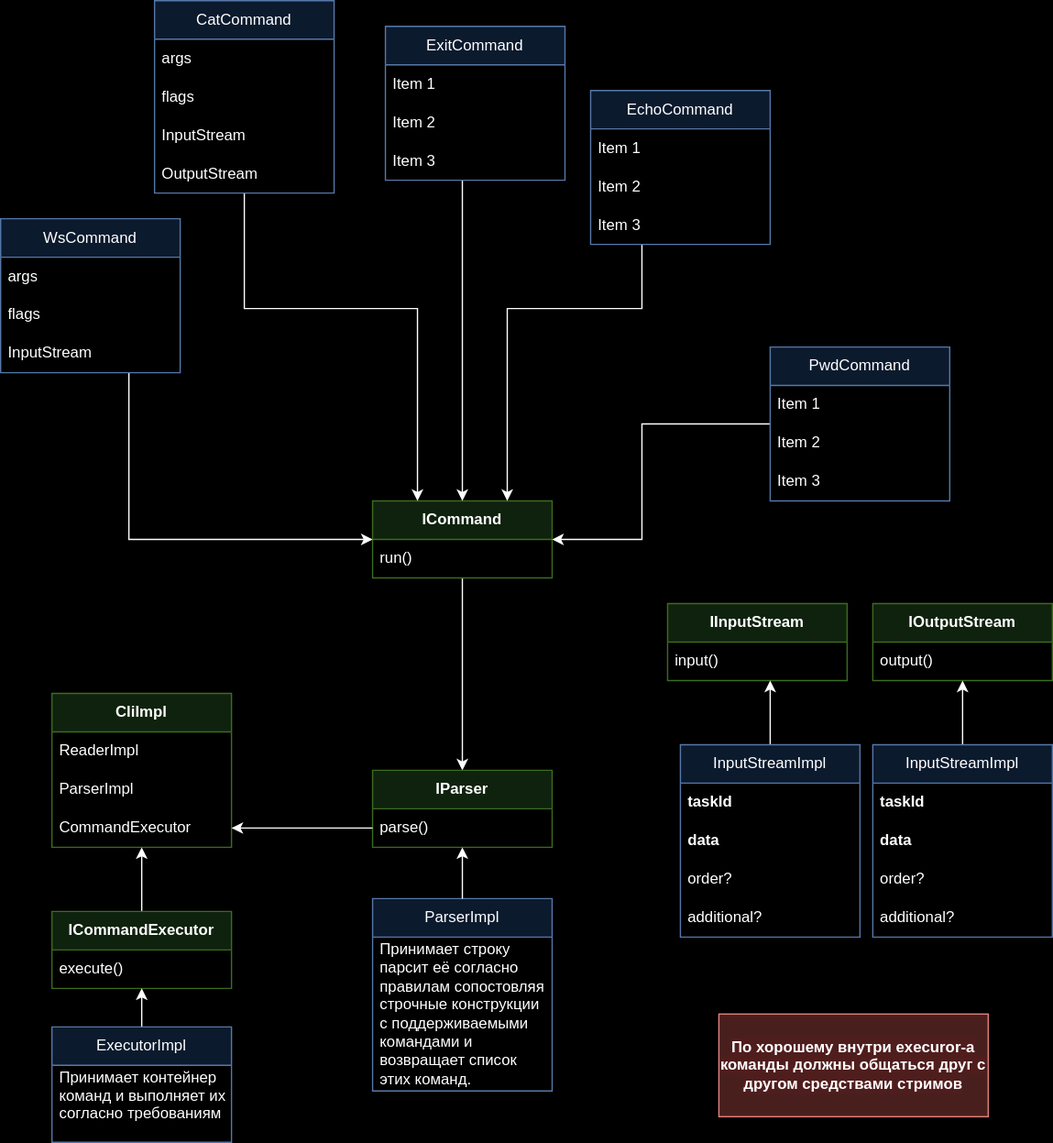
Above: images/architecure.drawio.svg in Rollcorn/software-design-cli (draw.io), before the change. Source tidied: cells renumbered, new cells last; positions are measured from the earlier drawing's top-left corner, leaving out a move shared by most shapes.
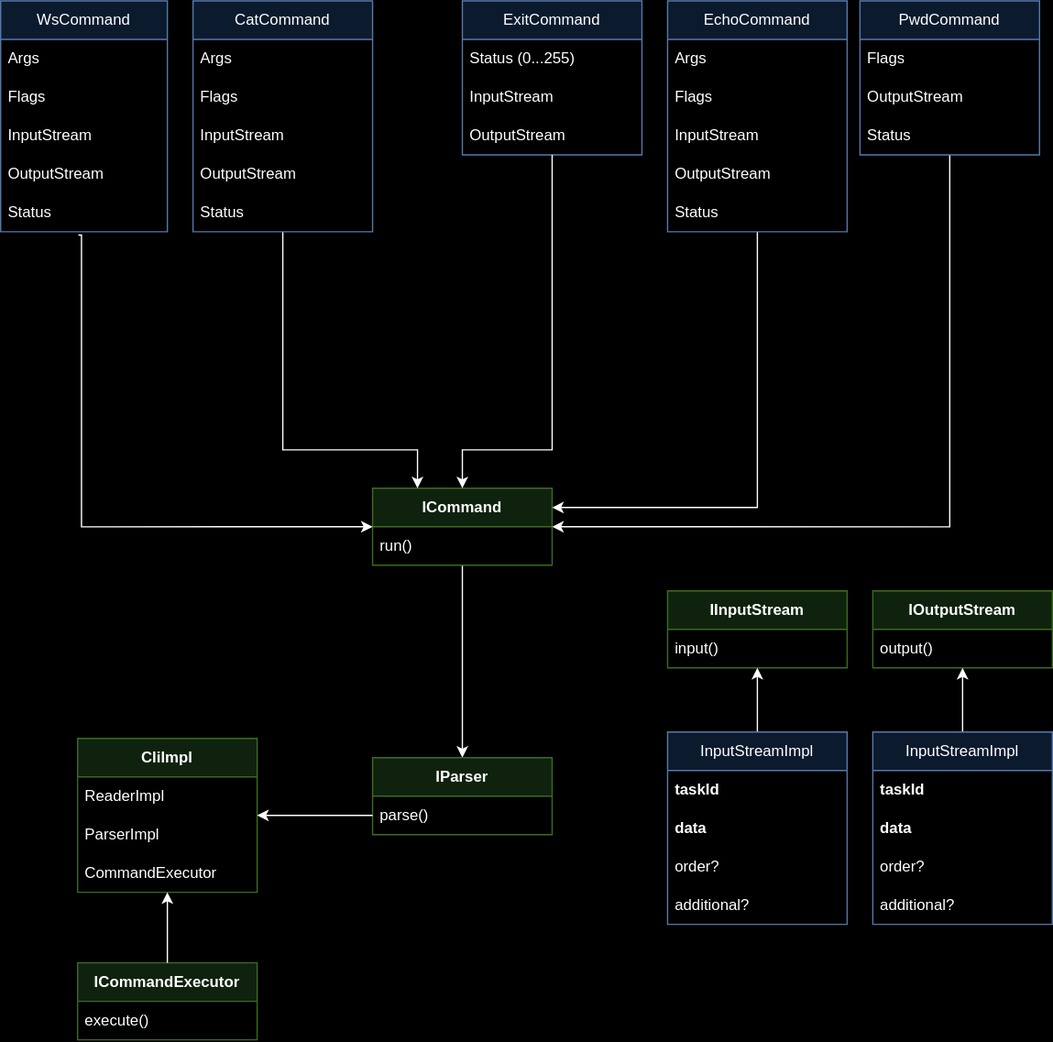
Above is the later version.

Diff of the diagram source:
```diff
@@ -16,4 +16,4 @@
         <Array as="points">
-          <mxPoint x="190" y="240" />
-          <mxPoint x="325" y="240" />
+          <mxPoint x="220" y="360" />
+          <mxPoint x="325" y="360" />
         </Array>
@@ -22,8 +22,8 @@
     <mxCell id="6" value="CatCommand" style="swimlane;fontStyle=0;horizontal=1;startSize=30;whiteSpace=wrap;html=1;swimlaneFillColor=default;fillColor=#dae8fc;strokeColor=#6c8ebf;" parent="1" vertex="1">
-      <mxGeometry x="120" width="140" height="150" as="geometry" />
+      <mxGeometry x="150" y="10" width="140" height="180" as="geometry" />
     </mxCell>
-    <mxCell id="7" value="args&lt;span style=&quot;white-space: pre;&quot;&gt;&#9;&lt;/span&gt;" style="text;strokeColor=none;fillColor=none;align=left;verticalAlign=middle;spacingLeft=4;spacingRight=4;overflow=hidden;whiteSpace=wrap;html=1;" parent="6" vertex="1">
+    <mxCell id="7" value="Args" style="text;strokeColor=none;fillColor=none;align=left;verticalAlign=middle;spacingLeft=4;spacingRight=4;overflow=hidden;whiteSpace=wrap;html=1;" parent="6" vertex="1">
       <mxGeometry y="30" width="140" height="30" as="geometry" />
     </mxCell>
-    <mxCell id="8" value="flags" style="text;strokeColor=none;fillColor=none;align=left;verticalAlign=middle;spacingLeft=4;spacingRight=4;overflow=hidden;whiteSpace=wrap;html=1;" parent="6" vertex="1">
+    <mxCell id="8" value="Flags" style="text;strokeColor=none;fillColor=none;align=left;verticalAlign=middle;spacingLeft=4;spacingRight=4;overflow=hidden;whiteSpace=wrap;html=1;" parent="6" vertex="1">
       <mxGeometry y="60" width="140" height="30" as="geometry" />
@@ -36,7 +36,9 @@
     </mxCell>
+    <mxCell id="64" value="Status" style="text;strokeColor=none;fillColor=none;align=left;verticalAlign=middle;spacingLeft=4;spacingRight=4;overflow=hidden;whiteSpace=wrap;html=1;" parent="6" vertex="1">
+      <mxGeometry y="150" width="140" height="30" as="geometry" />
+    </mxCell>
-    <mxCell id="11" style="edgeStyle=orthogonalEdgeStyle;rounded=0;jettySize=auto;html=1;entryX=0.75;entryY=0;entryDx=0;entryDy=0;" parent="1" edge="1" source="12" target="3">
+    <mxCell id="11" style="edgeStyle=orthogonalEdgeStyle;rounded=0;jettySize=auto;html=1;entryX=1;entryY=0.25;entryDx=0;entryDy=0;" parent="1" edge="1" source="12" target="3">
       <mxGeometry relative="1" as="geometry">
         <Array as="points">
-          <mxPoint x="500" y="240" />
-          <mxPoint x="395" y="240" />
+          <mxPoint x="590" y="405" />
         </Array>
@@ -45,14 +47,20 @@
     <mxCell id="12" value="EchoCommand" style="swimlane;fontStyle=0;horizontal=1;startSize=30;whiteSpace=wrap;html=1;fillColor=#dae8fc;strokeColor=#6c8ebf;" parent="1" vertex="1">
-      <mxGeometry x="460" y="70" width="140" height="120" as="geometry" />
+      <mxGeometry x="520" y="10" width="140" height="180" as="geometry" />
     </mxCell>
-    <mxCell id="13" value="Item 1" style="text;strokeColor=none;fillColor=none;align=left;verticalAlign=middle;spacingLeft=4;spacingRight=4;overflow=hidden;whiteSpace=wrap;html=1;" parent="12" vertex="1">
+    <mxCell id="13" value="Args" style="text;strokeColor=none;fillColor=none;align=left;verticalAlign=middle;spacingLeft=4;spacingRight=4;overflow=hidden;whiteSpace=wrap;html=1;" parent="12" vertex="1">
       <mxGeometry y="30" width="140" height="30" as="geometry" />
     </mxCell>
+    <mxCell id="65" value="Flags" style="text;strokeColor=none;fillColor=none;align=left;verticalAlign=middle;spacingLeft=4;spacingRight=4;overflow=hidden;whiteSpace=wrap;html=1;" parent="12" vertex="1">
+      <mxGeometry y="60" width="140" height="30" as="geometry" />
+    </mxCell>
-    <mxCell id="14" value="Item 2" style="text;strokeColor=none;fillColor=none;align=left;verticalAlign=middle;spacingLeft=4;spacingRight=4;overflow=hidden;whiteSpace=wrap;html=1;" parent="12" vertex="1">
-      <mxGeometry y="60" width="140" height="30" as="geometry" />
+    <mxCell id="14" value="InputStream" style="text;strokeColor=none;fillColor=none;align=left;verticalAlign=middle;spacingLeft=4;spacingRight=4;overflow=hidden;whiteSpace=wrap;html=1;" parent="12" vertex="1">
+      <mxGeometry y="90" width="140" height="30" as="geometry" />
     </mxCell>
-    <mxCell id="15" value="Item 3" style="text;strokeColor=none;fillColor=none;align=left;verticalAlign=middle;spacingLeft=4;spacingRight=4;overflow=hidden;whiteSpace=wrap;html=1;" parent="12" vertex="1">
-      <mxGeometry y="90" width="140" height="30" as="geometry" />
+    <mxCell id="15" value="OutputStream" style="text;strokeColor=none;fillColor=none;align=left;verticalAlign=middle;spacingLeft=4;spacingRight=4;overflow=hidden;whiteSpace=wrap;html=1;" parent="12" vertex="1">
+      <mxGeometry y="120" width="140" height="30" as="geometry" />
     </mxCell>
+    <mxCell id="66" value="Status" style="text;strokeColor=none;fillColor=none;align=left;verticalAlign=middle;spacingLeft=4;spacingRight=4;overflow=hidden;whiteSpace=wrap;html=1;" parent="12" vertex="1">
+      <mxGeometry y="150" width="140" height="30" as="geometry" />
+    </mxCell>
-    <mxCell id="16" style="edgeStyle=orthogonalEdgeStyle;rounded=0;jettySize=auto;html=1;" parent="1" edge="1" source="17">
+    <mxCell id="16" style="edgeStyle=orthogonalEdgeStyle;rounded=0;jettySize=auto;html=1;exitX=0.466;exitY=1.084;exitDx=0;exitDy=0;exitPerimeter=0;" parent="1" edge="1" source="68">
       <mxGeometry relative="1" as="geometry">
@@ -60,4 +68,4 @@
         <Array as="points">
-          <mxPoint x="100" y="420" />
-          <mxPoint x="290" y="420" />
+          <mxPoint x="63" y="193" />
+          <mxPoint x="63" y="420" />
         </Array>
@@ -66,13 +74,19 @@
     <mxCell id="17" value="WsCommand" style="swimlane;fontStyle=0;horizontal=1;startSize=30;whiteSpace=wrap;html=1;fillColor=#dae8fc;strokeColor=#6c8ebf;" parent="1" vertex="1">
-      <mxGeometry y="170" width="140" height="120" as="geometry" />
+      <mxGeometry y="10" width="130" height="180" as="geometry" />
     </mxCell>
-    <mxCell id="18" value="args" style="text;strokeColor=none;fillColor=none;align=left;verticalAlign=middle;spacingLeft=4;spacingRight=4;overflow=hidden;whiteSpace=wrap;html=1;" parent="17" vertex="1">
-      <mxGeometry y="30" width="140" height="30" as="geometry" />
+    <mxCell id="18" value="Args" style="text;strokeColor=none;fillColor=none;align=left;verticalAlign=middle;spacingLeft=4;spacingRight=4;overflow=hidden;whiteSpace=wrap;html=1;" parent="17" vertex="1">
+      <mxGeometry y="30" width="130" height="30" as="geometry" />
     </mxCell>
-    <mxCell id="19" value="flags" style="text;strokeColor=none;fillColor=none;align=left;verticalAlign=middle;spacingLeft=4;spacingRight=4;overflow=hidden;whiteSpace=wrap;html=1;" parent="17" vertex="1">
-      <mxGeometry y="60" width="140" height="30" as="geometry" />
+    <mxCell id="19" value="Flags" style="text;strokeColor=none;fillColor=none;align=left;verticalAlign=middle;spacingLeft=4;spacingRight=4;overflow=hidden;whiteSpace=wrap;html=1;" parent="17" vertex="1">
+      <mxGeometry y="60" width="130" height="30" as="geometry" />
     </mxCell>
     <mxCell id="20" value="InputStream" style="text;strokeColor=none;fillColor=none;align=left;verticalAlign=middle;spacingLeft=4;spacingRight=4;overflow=hidden;whiteSpace=wrap;html=1;" parent="17" vertex="1">
-      <mxGeometry y="90" width="140" height="30" as="geometry" />
+      <mxGeometry y="90" width="130" height="30" as="geometry" />
     </mxCell>
+    <mxCell id="67" value="OutputStream" style="text;strokeColor=none;fillColor=none;align=left;verticalAlign=middle;spacingLeft=4;spacingRight=4;overflow=hidden;whiteSpace=wrap;html=1;" parent="17" vertex="1">
+      <mxGeometry y="120" width="130" height="30" as="geometry" />
+    </mxCell>
+    <mxCell id="68" value="Status" style="text;strokeColor=none;fillColor=none;align=left;verticalAlign=middle;spacingLeft=4;spacingRight=4;overflow=hidden;points=[[0,0.5],[1,0.5]];portConstraint=eastwest;whiteSpace=wrap;html=1;" parent="17" vertex="1">
+      <mxGeometry y="150" width="130" height="30" as="geometry" />
+    </mxCell>
     <mxCell id="21" style="edgeStyle=orthogonalEdgeStyle;rounded=0;jettySize=auto;html=1;entryX=1;entryY=0.5;entryDx=0;entryDy=0;" parent="1" edge="1" source="22" target="3">
@@ -80,4 +94,3 @@
         <Array as="points">
-          <mxPoint x="500" y="330" />
-          <mxPoint x="500" y="420" />
+          <mxPoint x="740" y="420" />
         </Array>
@@ -86,33 +99,13 @@
     <mxCell id="22" value="PwdCommand" style="swimlane;fontStyle=0;horizontal=1;startSize=30;whiteSpace=wrap;html=1;fillColor=#dae8fc;strokeColor=#6c8ebf;" parent="1" vertex="1">
-      <mxGeometry x="600" y="270" width="140" height="120" as="geometry" />
+      <mxGeometry x="670" y="10" width="140" height="120" as="geometry" />
     </mxCell>
-    <mxCell id="23" value="Item 1" style="text;strokeColor=none;fillColor=none;align=left;verticalAlign=middle;spacingLeft=4;spacingRight=4;overflow=hidden;whiteSpace=wrap;html=1;" parent="22" vertex="1">
+    <mxCell id="23" value="Flags" style="text;strokeColor=none;fillColor=none;align=left;verticalAlign=middle;spacingLeft=4;spacingRight=4;overflow=hidden;whiteSpace=wrap;html=1;" parent="22" vertex="1">
       <mxGeometry y="30" width="140" height="30" as="geometry" />
     </mxCell>
-    <mxCell id="24" value="Item 2" style="text;strokeColor=none;fillColor=none;align=left;verticalAlign=middle;spacingLeft=4;spacingRight=4;overflow=hidden;whiteSpace=wrap;html=1;" parent="22" vertex="1">
+    <mxCell id="24" value="OutputStream" style="text;strokeColor=none;fillColor=none;align=left;verticalAlign=middle;spacingLeft=4;spacingRight=4;overflow=hidden;whiteSpace=wrap;html=1;" parent="22" vertex="1">
       <mxGeometry y="60" width="140" height="30" as="geometry" />
     </mxCell>
-    <mxCell id="25" value="Item 3" style="text;strokeColor=none;fillColor=none;align=left;verticalAlign=middle;spacingLeft=4;spacingRight=4;overflow=hidden;whiteSpace=wrap;html=1;" parent="22" vertex="1">
+    <mxCell id="25" value="Status" style="text;strokeColor=none;fillColor=none;align=left;verticalAlign=middle;spacingLeft=4;spacingRight=4;overflow=hidden;whiteSpace=wrap;html=1;" parent="22" vertex="1">
       <mxGeometry y="90" width="140" height="30" as="geometry" />
     </mxCell>
-    <mxCell id="26" style="edgeStyle=orthogonalEdgeStyle;rounded=0;jettySize=auto;html=1;entryX=0.5;entryY=0;entryDx=0;entryDy=0;" parent="1" edge="1" source="27" target="3">
-      <mxGeometry relative="1" as="geometry">
-        <Array as="points">
-          <mxPoint x="350" y="100" />
-          <mxPoint x="360" y="100" />
-        </Array>
-      </mxGeometry>
-    </mxCell>
-    <mxCell id="27" value="ExitCommand" style="swimlane;fontStyle=0;horizontal=1;startSize=30;whiteSpace=wrap;html=1;fillColor=#dae8fc;strokeColor=#6c8ebf;" parent="1" vertex="1">
-      <mxGeometry x="300" y="20" width="140" height="120" as="geometry" />
-    </mxCell>
-    <mxCell id="28" value="Item 1" style="text;strokeColor=none;fillColor=none;align=left;verticalAlign=middle;spacingLeft=4;spacingRight=4;overflow=hidden;whiteSpace=wrap;html=1;" parent="27" vertex="1">
-      <mxGeometry y="30" width="140" height="30" as="geometry" />
-    </mxCell>
-    <mxCell id="29" value="Item 2" style="text;strokeColor=none;fillColor=none;align=left;verticalAlign=middle;spacingLeft=4;spacingRight=4;overflow=hidden;whiteSpace=wrap;html=1;" parent="27" vertex="1">
-      <mxGeometry y="60" width="140" height="30" as="geometry" />
-    </mxCell>
-    <mxCell id="30" value="Item 3" style="text;strokeColor=none;fillColor=none;align=left;verticalAlign=middle;spacingLeft=4;spacingRight=4;overflow=hidden;whiteSpace=wrap;html=1;" parent="27" vertex="1">
-      <mxGeometry y="90" width="140" height="30" as="geometry" />
-    </mxCell>
     <mxCell id="31" value="IParser" style="swimlane;fontStyle=1;horizontal=1;startSize=30;whiteSpace=wrap;html=1;fillColor=#d5e8d4;strokeColor=#82b366;" parent="1" vertex="1">
@@ -124,3 +117,3 @@
     <mxCell id="33" value="CliImpl" style="swimlane;fontStyle=1;horizontal=1;startSize=30;whiteSpace=wrap;html=1;fillColor=#d5e8d4;strokeColor=#82b366;" parent="1" vertex="1">
-      <mxGeometry x="40" y="540" width="140" height="120" as="geometry" />
+      <mxGeometry x="60" y="585" width="140" height="120" as="geometry" />
     </mxCell>
@@ -147,12 +140,4 @@
     </mxCell>
-    <mxCell id="41" style="edgeStyle=orthogonalEdgeStyle;rounded=0;jettySize=auto;html=1;" parent="1" edge="1" source="42" target="36">
-      <mxGeometry relative="1" as="geometry">
-        <Array as="points">
-          <mxPoint x="110" y="660" />
-          <mxPoint x="110" y="660" />
-        </Array>
-      </mxGeometry>
-    </mxCell>
     <mxCell id="42" value="ICommandExecutor" style="swimlane;fontStyle=1;horizontal=1;startSize=30;whiteSpace=wrap;html=1;fillColor=#d5e8d4;strokeColor=#82b366;" parent="1" vertex="1">
-      <mxGeometry x="40" y="710" width="140" height="60" as="geometry" />
+      <mxGeometry x="60" y="760" width="140" height="60" as="geometry" />
     </mxCell>
@@ -161,38 +146,9 @@
     </mxCell>
-    <mxCell id="44" style="edgeStyle=orthogonalEdgeStyle;rounded=0;jettySize=auto;html=1;" parent="1" edge="1" source="32" target="36">
+    <mxCell id="44" style="edgeStyle=orthogonalEdgeStyle;rounded=0;jettySize=auto;html=1;" parent="1" edge="1" source="32" target="33">
       <mxGeometry relative="1" as="geometry" />
     </mxCell>
-    <mxCell id="45" style="edgeStyle=orthogonalEdgeStyle;rounded=0;jettySize=auto;html=1;" parent="1" edge="1" source="46" target="43">
-      <mxGeometry relative="1" as="geometry">
-        <Array as="points">
-          <mxPoint x="110" y="760" />
-          <mxPoint x="110" y="760" />
-        </Array>
-      </mxGeometry>
-    </mxCell>
-    <mxCell id="46" value="ExecutorImpl" style="swimlane;fontStyle=0;horizontal=1;startSize=30;whiteSpace=wrap;html=1;fillColor=#dae8fc;strokeColor=#6c8ebf;" parent="1" vertex="1">
-      <mxGeometry x="40" y="800" width="140" height="90" as="geometry" />
-    </mxCell>
-    <mxCell id="47" value="Принимает контейнер команд и выполняет их согласно требованиям&lt;div&gt;&lt;br/&gt;&lt;/div&gt;" style="text;strokeColor=none;fillColor=none;align=left;verticalAlign=middle;spacingLeft=4;spacingRight=4;overflow=hidden;whiteSpace=wrap;html=1;" parent="46" vertex="1">
-      <mxGeometry y="30" width="140" height="60" as="geometry" />
-    </mxCell>
-    <mxCell id="48" value="ParserImpl" style="swimlane;fontStyle=0;horizontal=1;startSize=30;whiteSpace=wrap;html=1;fillColor=#dae8fc;strokeColor=#6c8ebf;" parent="1" vertex="1">
-      <mxGeometry x="290" y="700" width="140" height="150" as="geometry" />
-    </mxCell>
-    <mxCell id="49" value="Принимает строку парсит её согласно правилам сопостовляя строчные конструкции с поддерживаемыми командами и возвращает список этих команд." style="text;strokeColor=none;fillColor=none;align=left;verticalAlign=middle;spacingLeft=4;spacingRight=4;overflow=hidden;whiteSpace=wrap;html=1;" parent="48" vertex="1">
-      <mxGeometry y="30" width="140" height="120" as="geometry" />
-    </mxCell>
-    <mxCell id="50" style="edgeStyle=orthogonalEdgeStyle;rounded=0;jettySize=auto;html=1;exitX=0.5;exitY=0;exitDx=0;exitDy=0;" parent="1" edge="1" source="48">
-      <mxGeometry relative="1" as="geometry">
-        <mxPoint x="360" y="660" as="targetPoint" />
-        <Array as="points">
-          <mxPoint x="360" y="660" />
-        </Array>
-      </mxGeometry>
-    </mxCell>
-    <mxCell id="51" style="edgeStyle=orthogonalEdgeStyle;rounded=0;jettySize=auto;html=1;" parent="1" edge="1" source="52" target="38">
+    <mxCell id="51" style="edgeStyle=orthogonalEdgeStyle;rounded=0;jettySize=auto;html=1;exitX=0.5;exitY=0;exitDx=0;exitDy=0;" parent="1" edge="1" source="52" target="38">
       <mxGeometry relative="1" as="geometry">
         <Array as="points">
-          <mxPoint x="600" y="530" />
-          <mxPoint x="600" y="530" />
+          <mxPoint x="590" y="580" />
         </Array>
@@ -201,3 +157,3 @@
     <mxCell id="52" value="InputStreamImpl" style="swimlane;fontStyle=0;horizontal=1;startSize=30;whiteSpace=wrap;html=1;fillColor=#dae8fc;strokeColor=#6c8ebf;" parent="1" vertex="1">
-      <mxGeometry x="530" y="580" width="140" height="150" as="geometry" />
+      <mxGeometry x="520" y="580" width="140" height="150" as="geometry" />
     </mxCell>
@@ -215,5 +171,2 @@
     </mxCell>
-    <mxCell id="57" value="&lt;b style=&quot;background-color: rgb(255, 204, 204);&quot;&gt;По хорошему внутри execuror-а команды должны общаться друг с другом средствами стримов&lt;/b&gt;" style="text;html=1;align=center;verticalAlign=middle;whiteSpace=wrap;rounded=0;fillColor=#f8cecc;strokeColor=#b85450;" parent="1" vertex="1">
-      <mxGeometry x="560" y="790" width="210" height="80" as="geometry" />
-    </mxCell>
     <mxCell id="58" style="edgeStyle=orthogonalEdgeStyle;rounded=0;jettySize=auto;html=1;" parent="1" edge="1" source="59" target="40">
@@ -241,2 +194,26 @@
     </mxCell>
+    <mxCell id="27" value="ExitCommand" style="swimlane;fontStyle=0;horizontal=1;startSize=30;whiteSpace=wrap;html=1;fillColor=#dae8fc;strokeColor=#6c8ebf;" parent="1" vertex="1">
+      <mxGeometry x="360" y="10" width="140" height="120" as="geometry" />
+    </mxCell>
+    <mxCell id="69" value="Status (0...255)" style="text;strokeColor=none;fillColor=none;align=left;verticalAlign=middle;spacingLeft=4;spacingRight=4;overflow=hidden;whiteSpace=wrap;html=1;" parent="27" vertex="1">
+      <mxGeometry y="30" width="140" height="30" as="geometry" />
+    </mxCell>
+    <mxCell id="70" value="InputStream" style="text;strokeColor=none;fillColor=none;align=left;verticalAlign=middle;spacingLeft=4;spacingRight=4;overflow=hidden;whiteSpace=wrap;html=1;" parent="27" vertex="1">
+      <mxGeometry y="60" width="140" height="30" as="geometry" />
+    </mxCell>
+    <mxCell id="71" value="OutputStream" style="text;strokeColor=none;fillColor=none;align=left;verticalAlign=middle;spacingLeft=4;spacingRight=4;overflow=hidden;whiteSpace=wrap;html=1;" parent="27" vertex="1">
+      <mxGeometry y="90" width="140" height="30" as="geometry" />
+    </mxCell>
+    <mxCell id="72" style="edgeStyle=orthogonalEdgeStyle;rounded=0;jettySize=auto;html=1;entryX=0.5;entryY=0;entryDx=0;entryDy=0;" parent="1" edge="1" target="3">
+      <mxGeometry relative="1" as="geometry">
+        <mxPoint x="430" y="130" as="sourcePoint" />
+        <Array as="points">
+          <mxPoint x="430" y="360" />
+          <mxPoint x="360" y="360" />
+        </Array>
+      </mxGeometry>
+    </mxCell>
+    <mxCell id="73" style="endArrow=classic;html=1;rounded=0;exitX=0.5;exitY=0;exitDx=0;exitDy=0;" parent="1" edge="1" source="42" target="33">
+      <mxGeometry relative="1" as="geometry" />
+    </mxCell>
   </root>
```
